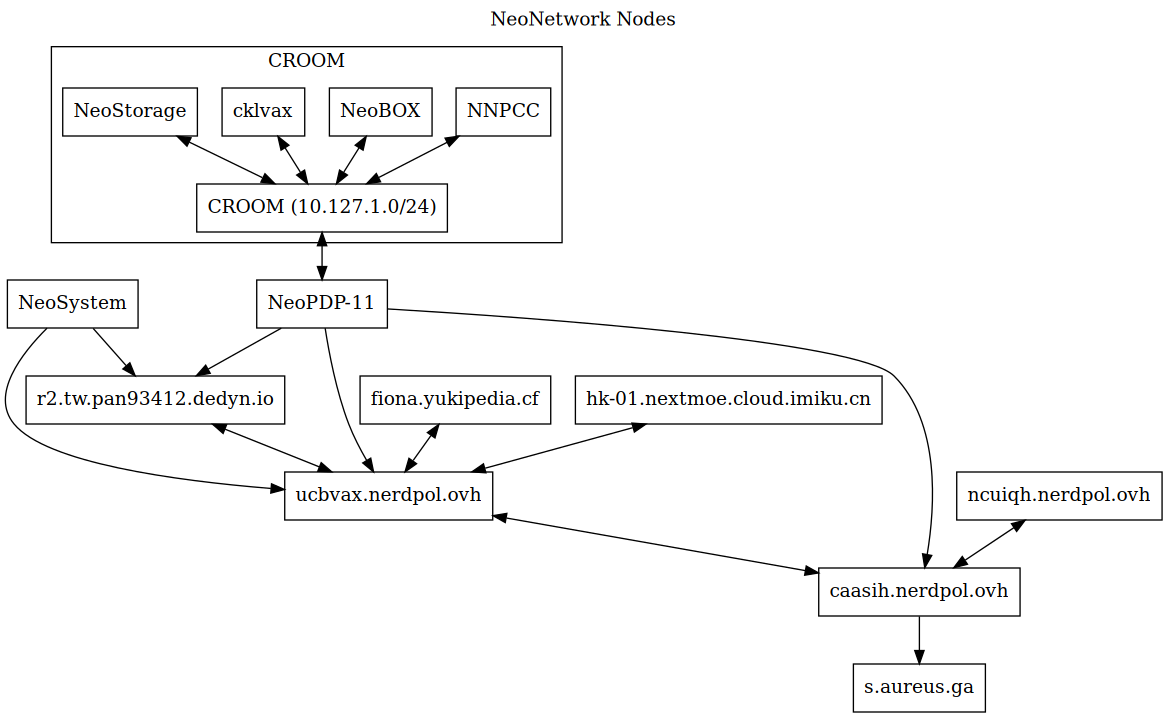
This is nodes.png from NeoCloud/NeoNetwork, a Graphviz export, as it was before one commit. Its source is kept beside it as nodes.dot.
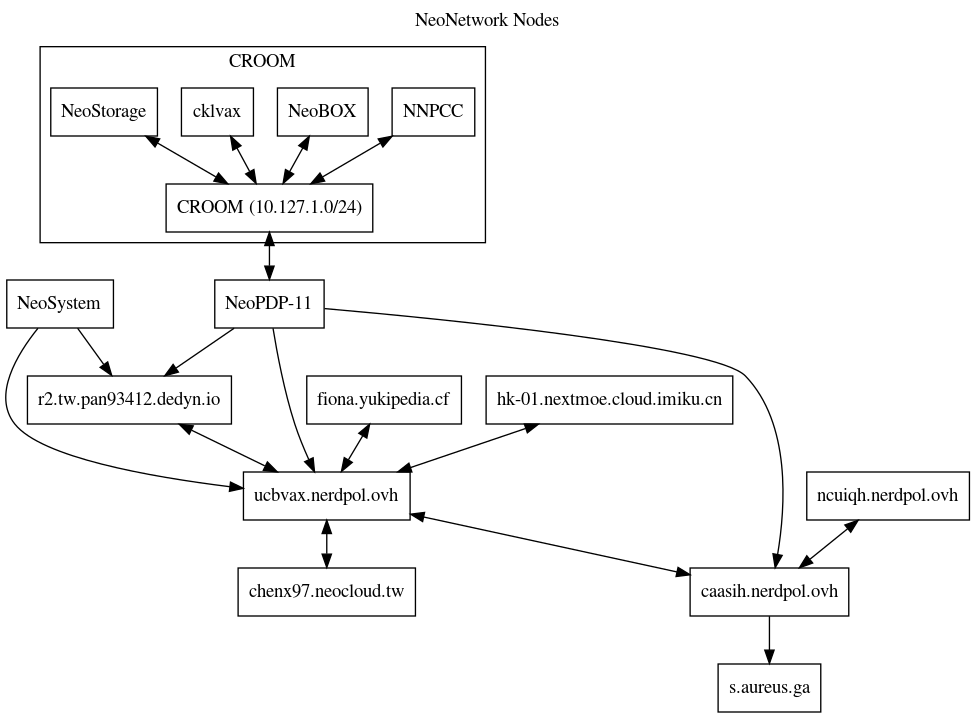
Later version of the same file.

Commit message:
Updates the graph of the network

Diff of the diagram source:
```diff
@@ -14,6 +14,7 @@
 	pan [label="r2.tw.pan93412.dedyn.io"]
         icecat_Explosion [label="hk-01.nextmoe.cloud.imiku.cn"]
 	staph [label="s.aureus.ga"]
+    chenx97 [label="chenx97.neocloud.tw"]
 
 	subgraph cluster_croom {
 		label = "CROOM";
@@ -36,4 +37,5 @@
 	icecat_Explosion -> ucbvax [dir=both]
 	pan -> ucbvax [dir=both]
 	c -> staph
+	ucbvax -> chenx97 [dir=both]
 }
```
